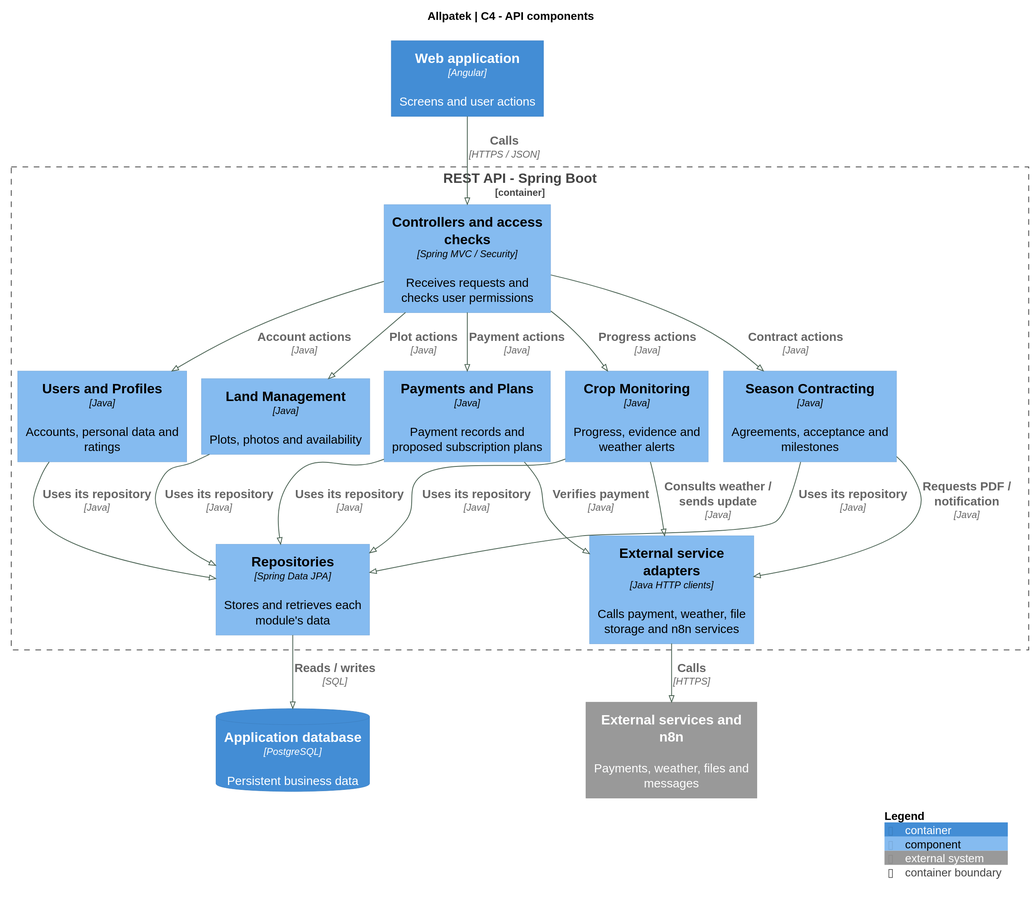
upc-pre-202620-1asi0729-7753-Terranova/allpatek-report keeps this PlantUML diagram as assets/chapter-04/architecture/04-api-components.svg. Above is the earlier version. The source it was exported from:
```plantuml
@startuml
!pragma layout smetana
!include <C4/C4_Component>
skinparam backgroundColor white
skinparam defaultFontName SansSerif
skinparam defaultFontSize 15
skinparam shadowing false
skinparam classAttributeIconSize 0
skinparam ArrowColor #476050
skinparam dpi 140
title Allpatek | C4 - API components

LAYOUT_TOP_DOWN()
Container(web,"Web application","Angular","Screens and user actions")
Container_Boundary(api,"REST API - Spring Boot") {
 Component(rest,"Controllers and access checks","Spring MVC / Security","Receives requests and checks user permissions")
 Component(users,"Users and Profiles","Java","Accounts, personal data and ratings")
 Component(plots,"Land Management","Java","Plots, photos and availability")
 Component(contracts,"Season Contracting","Java","Agreements, acceptance and milestones")
 Component(payments,"Payments and Plans","Java","Payment records and proposed subscription plans")
 Component(progress,"Crop Monitoring","Java","Progress, evidence and weather alerts")
 Component(persistence,"Repositories","Spring Data JPA","Stores and retrieves each module's data")
 Component(integrations,"External service adapters","Java HTTP clients","Calls payment, weather, file storage and n8n services")
}
ContainerDb(db,"Application database","PostgreSQL","Persistent business data")
System_Ext(ext,"External services and n8n","Payments, weather, files and messages")
Rel(web,rest,"Calls", "HTTPS / JSON")
Rel(rest,users,"Account actions", "Java")
Rel(rest,plots,"Plot actions", "Java")
Rel(rest,contracts,"Contract actions", "Java")
Rel(rest,payments,"Payment actions", "Java")
Rel(rest,progress,"Progress actions", "Java")
Rel(users,persistence,"Uses its repository", "Java")
Rel(plots,persistence,"Uses its repository", "Java")
Rel(contracts,persistence,"Uses its repository", "Java")
Rel(payments,persistence,"Uses its repository", "Java")
Rel(progress,persistence,"Uses its repository", "Java")
Rel(contracts,integrations,"Requests PDF / notification", "Java")
Rel(payments,integrations,"Verifies payment", "Java")
Rel(progress,integrations,"Consults weather / sends update", "Java")
Rel(persistence,db,"Reads / writes", "SQL")
Rel(integrations,ext,"Calls", "HTTPS")
SHOW_LEGEND()
@enduml
```
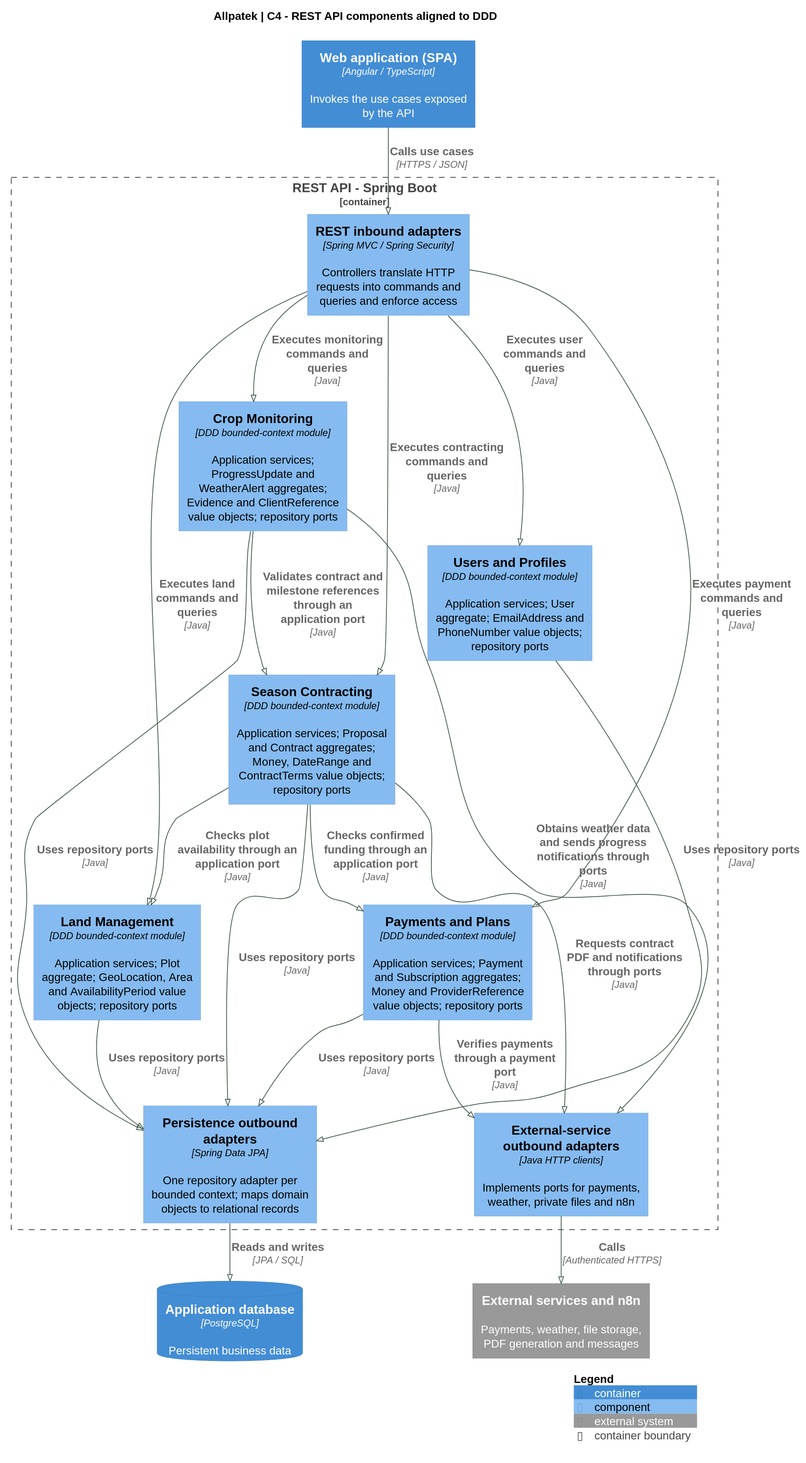
The same file after the commit.

The edit, as a diff of the source:
```diff
@@ -3,42 +3,49 @@
 !include <C4/C4_Component>
 skinparam backgroundColor white
 skinparam defaultFontName SansSerif
-skinparam defaultFontSize 15
+skinparam defaultFontSize 14
 skinparam shadowing false
 skinparam classAttributeIconSize 0
 skinparam ArrowColor #476050
 skinparam dpi 140
-title Allpatek | C4 - API components
+title Allpatek | C4 - REST API components aligned to DDD
 
 LAYOUT_TOP_DOWN()
-Container(web,"Web application","Angular","Screens and user actions")
+Container(spa,"Web application (SPA)","Angular / TypeScript","Invokes the use cases exposed by the API")
+
 Container_Boundary(api,"REST API - Spring Boot") {
- Component(rest,"Controllers and access checks","Spring MVC / Security","Receives requests and checks user permissions")
- Component(users,"Users and Profiles","Java","Accounts, personal data and ratings")
- Component(plots,"Land Management","Java","Plots, photos and availability")
- Component(contracts,"Season Contracting","Java","Agreements, acceptance and milestones")
- Component(payments,"Payments and Plans","Java","Payment records and proposed subscription plans")
- Component(progress,"Crop Monitoring","Java","Progress, evidence and weather alerts")
- Component(persistence,"Repositories","Spring Data JPA","Stores and retrieves each module's data")
- Component(integrations,"External service adapters","Java HTTP clients","Calls payment, weather, file storage and n8n services")
+  Component(inbound,"REST inbound adapters","Spring MVC / Spring Security","Controllers translate HTTP requests into commands and queries and enforce access")
+  Component(users,"Users and Profiles","DDD bounded-context module","Application services; User aggregate; EmailAddress and PhoneNumber value objects; repository ports")
+  Component(land,"Land Management","DDD bounded-context module","Application services; Plot aggregate; GeoLocation, Area and AvailabilityPeriod value objects; repository ports")
+  Component(contracting,"Season Contracting","DDD bounded-context module","Application services; Proposal and Contract aggregates; Money, DateRange and ContractTerms value objects; repository ports")
+  Component(payments,"Payments and Plans","DDD bounded-context module","Application services; Payment and Subscription aggregates; Money and ProviderReference value objects; repository ports")
+  Component(monitoring,"Crop Monitoring","DDD bounded-context module","Application services; ProgressUpdate and WeatherAlert aggregates; Evidence and ClientReference value objects; repository ports")
+  Component(persistence,"Persistence outbound adapters","Spring Data JPA","One repository adapter per bounded context; maps domain objects to relational records")
+  Component(external,"External-service outbound adapters","Java HTTP clients","Implements ports for payments, weather, private files and n8n")
 }
+
 ContainerDb(db,"Application database","PostgreSQL","Persistent business data")
-System_Ext(ext,"External services and n8n","Payments, weather, files and messages")
-Rel(web,rest,"Calls", "HTTPS / JSON")
-Rel(rest,users,"Account actions", "Java")
-Rel(rest,plots,"Plot actions", "Java")
-Rel(rest,contracts,"Contract actions", "Java")
-Rel(rest,payments,"Payment actions", "Java")
-Rel(rest,progress,"Progress actions", "Java")
-Rel(users,persistence,"Uses its repository", "Java")
-Rel(plots,persistence,"Uses its repository", "Java")
-Rel(contracts,persistence,"Uses its repository", "Java")
-Rel(payments,persistence,"Uses its repository", "Java")
-Rel(progress,persistence,"Uses its repository", "Java")
-Rel(contracts,integrations,"Requests PDF / notification", "Java")
-Rel(payments,integrations,"Verifies payment", "Java")
-Rel(progress,integrations,"Consults weather / sends update", "Java")
-Rel(persistence,db,"Reads / writes", "SQL")
-Rel(integrations,ext,"Calls", "HTTPS")
+System_Ext(services,"External services and n8n","Payments, weather, file storage, PDF generation and messages")
+
+Rel(spa,inbound,"Calls use cases", "HTTPS / JSON")
+Rel(inbound,users,"Executes user commands and queries", "Java")
+Rel(inbound,land,"Executes land commands and queries", "Java")
+Rel(inbound,contracting,"Executes contracting commands and queries", "Java")
+Rel(inbound,payments,"Executes payment commands and queries", "Java")
+Rel(inbound,monitoring,"Executes monitoring commands and queries", "Java")
+Rel(contracting,land,"Checks plot availability through an application port", "Java")
+Rel(contracting,payments,"Checks confirmed funding through an application port", "Java")
+Rel(monitoring,contracting,"Validates contract and milestone references through an application port", "Java")
+Rel(users,persistence,"Uses repository ports", "Java")
+Rel(land,persistence,"Uses repository ports", "Java")
+Rel(contracting,persistence,"Uses repository ports", "Java")
+Rel(payments,persistence,"Uses repository ports", "Java")
+Rel(monitoring,persistence,"Uses repository ports", "Java")
+Rel(contracting,external,"Requests contract PDF and notifications through ports", "Java")
+Rel(payments,external,"Verifies payments through a payment port", "Java")
+Rel(monitoring,external,"Obtains weather data and sends progress notifications through ports", "Java")
+Rel(persistence,db,"Reads and writes", "JPA / SQL")
+Rel(external,services,"Calls", "Authenticated HTTPS")
+
 SHOW_LEGEND()
 @enduml
```
